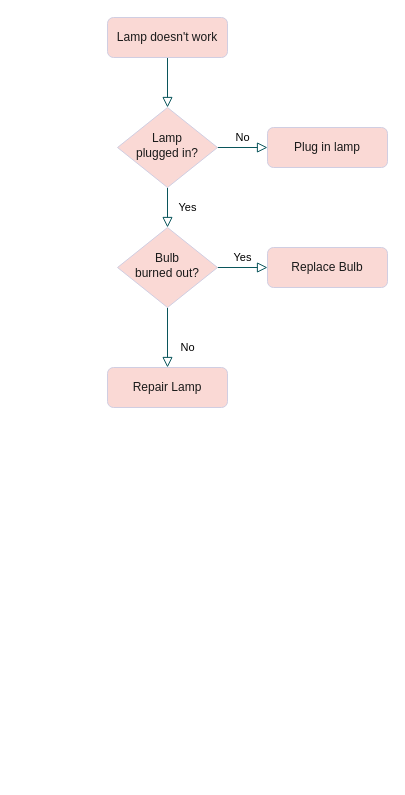
The draw.io diagram zxfuml/测试.drawio in ckjah/ZXFUML, before the edit. Source tidied: cells renumbered, new cells numbered last; positions are measured from the earlier drawing's top-left corner, leaving out a move shared by most shapes. Both pictures are drawn from the tidied source at 100%, with x=0, y=0 at pixel (107, 17).
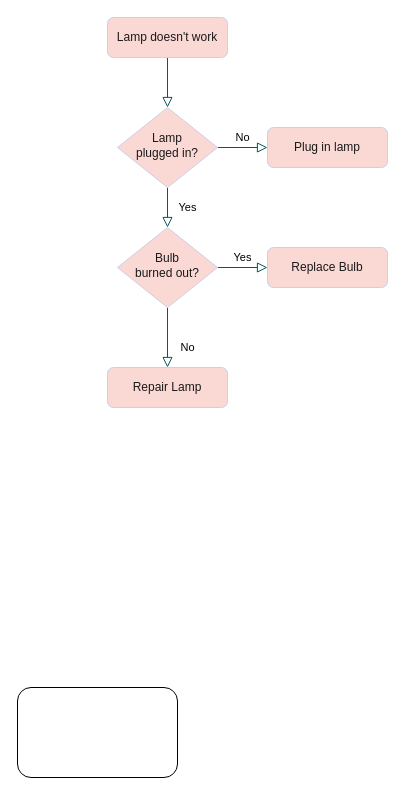
Above is the later version.

Diff of the diagram source:
```diff
@@
 <mxGraphModel>
   <root>
     <mxCell id="0" />
     <mxCell id="1" parent="0" />
     <mxCell id="2" style="rounded=0;html=1;jettySize=auto;fontSize=11;endArrow=block;endFill=0;endSize=8;strokeWidth=1;shadow=0;labelBackgroundColor=none;edgeStyle=orthogonalEdgeStyle;strokeColor=#09555B;fontColor=default;" parent="1" edge="1" source="3" target="6">
       <mxGeometry relative="1" as="geometry" />
     </mxCell>
     <mxCell id="3" value="Lamp doesn't work" style="rounded=1;whiteSpace=wrap;html=1;fontSize=12;glass=0;strokeWidth=1;shadow=0;labelBackgroundColor=none;fillColor=#FAD9D5;strokeColor=#D0CEE2;fontColor=#1A1A1A;" parent="1" vertex="1">
       <mxGeometry width="120" height="40" as="geometry" />
     </mxCell>
     <mxCell id="4" value="Yes" style="rounded=0;html=1;jettySize=auto;fontSize=11;endArrow=block;endFill=0;endSize=8;strokeWidth=1;shadow=0;labelBackgroundColor=none;edgeStyle=orthogonalEdgeStyle;strokeColor=#09555B;fontColor=default;" parent="1" edge="1" source="6" target="10">
       <mxGeometry y="20" relative="1" as="geometry" />
     </mxCell>
     <mxCell id="5" value="No" style="edgeStyle=orthogonalEdgeStyle;rounded=0;html=1;jettySize=auto;fontSize=11;endArrow=block;endFill=0;endSize=8;strokeWidth=1;shadow=0;labelBackgroundColor=none;strokeColor=#09555B;fontColor=default;" parent="1" edge="1" source="6" target="7">
       <mxGeometry y="10" relative="1" as="geometry" />
     </mxCell>
     <mxCell id="6" value="Lamp&lt;br&gt;plugged in?" style="rhombus;whiteSpace=wrap;html=1;shadow=0;fontFamily=Helvetica;fontSize=12;align=center;strokeWidth=1;spacing=6;spacingTop=-4;labelBackgroundColor=none;fillColor=#FAD9D5;strokeColor=#D0CEE2;fontColor=#1A1A1A;" parent="1" vertex="1">
       <mxGeometry x="10" y="90" width="100" height="80" as="geometry" />
     </mxCell>
     <mxCell id="7" value="Plug in lamp" style="rounded=1;whiteSpace=wrap;html=1;fontSize=12;glass=0;strokeWidth=1;shadow=0;labelBackgroundColor=none;fillColor=#FAD9D5;strokeColor=#D0CEE2;fontColor=#1A1A1A;" parent="1" vertex="1">
       <mxGeometry x="160" y="110" width="120" height="40" as="geometry" />
     </mxCell>
     <mxCell id="8" value="No" style="rounded=0;html=1;jettySize=auto;fontSize=11;endArrow=block;endFill=0;endSize=8;strokeWidth=1;shadow=0;labelBackgroundColor=none;edgeStyle=orthogonalEdgeStyle;strokeColor=#09555B;fontColor=default;" parent="1" edge="1" source="10" target="11">
       <mxGeometry x="0.33" y="20" relative="1" as="geometry" />
     </mxCell>
     <mxCell id="9" value="Yes" style="edgeStyle=orthogonalEdgeStyle;rounded=0;html=1;jettySize=auto;fontSize=11;endArrow=block;endFill=0;endSize=8;strokeWidth=1;shadow=0;labelBackgroundColor=none;strokeColor=#09555B;fontColor=default;" parent="1" edge="1" source="10" target="12">
       <mxGeometry y="10" relative="1" as="geometry" />
     </mxCell>
     <mxCell id="10" value="Bulb&lt;br&gt;burned out?" style="rhombus;whiteSpace=wrap;html=1;shadow=0;fontFamily=Helvetica;fontSize=12;align=center;strokeWidth=1;spacing=6;spacingTop=-4;labelBackgroundColor=none;fillColor=#FAD9D5;strokeColor=#D0CEE2;fontColor=#1A1A1A;" parent="1" vertex="1">
       <mxGeometry x="10" y="210" width="100" height="80" as="geometry" />
     </mxCell>
     <mxCell id="11" value="Repair Lamp" style="rounded=1;whiteSpace=wrap;html=1;fontSize=12;glass=0;strokeWidth=1;shadow=0;labelBackgroundColor=none;fillColor=#FAD9D5;strokeColor=#D0CEE2;fontColor=#1A1A1A;" parent="1" vertex="1">
       <mxGeometry y="350" width="120" height="40" as="geometry" />
     </mxCell>
     <mxCell id="12" value="Replace Bulb" style="rounded=1;whiteSpace=wrap;html=1;fontSize=12;glass=0;strokeWidth=1;shadow=0;labelBackgroundColor=none;fillColor=#FAD9D5;strokeColor=#D0CEE2;fontColor=#1A1A1A;" parent="1" vertex="1">
       <mxGeometry x="160" y="230" width="120" height="40" as="geometry" />
     </mxCell>
+    <mxCell id="13" style="rounded=1;whiteSpace=wrap;html=1;" parent="1" vertex="1">
+      <mxGeometry x="-90" y="670" width="160" height="90" as="geometry" />
+    </mxCell>
   </root>
 </mxGraphModel>
```
